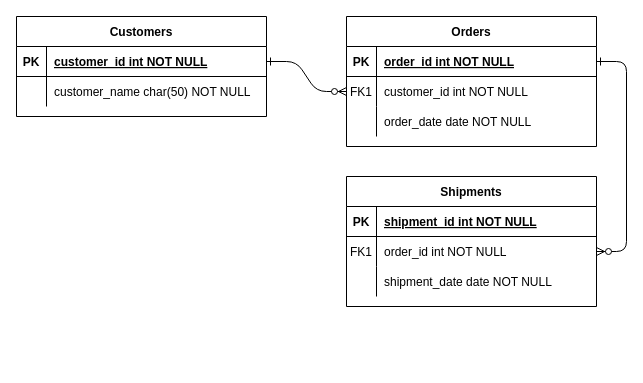
MuhammadOwais1020/ui-ux keeps this draw.io diagram as qonkar-technologies/Untitled Diagram.drawio. Above is the earlier version. Source tidied: cells renumbered, new cells numbered last; positions are measured from the earlier drawing's top-left corner, leaving out a move shared by most shapes. Both pictures are drawn from the tidied source at 100%, with x=0, y=0 at pixel (16, 16).
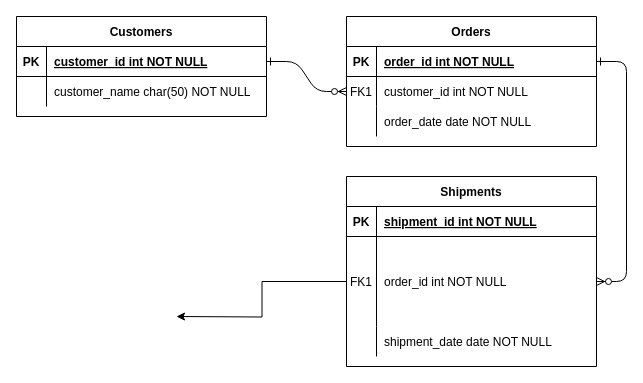
After the change.

Diff of the diagram source:
```diff
@@
     <mxCell id="14" value="Shipments" style="shape=table;startSize=30;childLayout=tableLayout;rowLines=0;fontStyle=1;align=center;" parent="1" vertex="1">
-      <mxGeometry x="330" y="160" width="250" height="130" as="geometry" />
+      <mxGeometry x="330" y="160" width="250" height="190" as="geometry" />
     </mxCell>
@@
     <mxCell id="18" style="shape=partialRectangle;fillColor=none;points=[[0,0.5],[1,0.5]];portConstraint=eastwest;top=0;left=0;right=0;bottom=0;" parent="14" vertex="1">
-      <mxGeometry y="60" width="250" height="30" as="geometry" />
+      <mxGeometry y="60" width="250" height="90" as="geometry" />
     </mxCell>
     <mxCell id="19" value="FK1" style="shape=partialRectangle;overflow=hidden;fillColor=none;top=0;left=0;bottom=0;right=0;" parent="18" vertex="1">
-      <mxGeometry width="30" height="30" as="geometry" />
+      <mxGeometry width="30" height="90" as="geometry" />
     </mxCell>
     <mxCell id="20" value="order_id int NOT NULL" style="shape=partialRectangle;overflow=hidden;fillColor=none;top=0;left=0;bottom=0;right=0;align=left;spacingLeft=6;" parent="18" vertex="1">
-      <mxGeometry x="30" width="220" height="30" as="geometry" />
+      <mxGeometry x="30" width="220" height="90" as="geometry" />
     </mxCell>
     <mxCell id="21" style="shape=partialRectangle;fillColor=none;top=0;left=0;right=0;bottom=0;" parent="14" vertex="1">
-      <mxGeometry y="90" width="250" height="30" as="geometry" />
+      <mxGeometry y="150" width="250" height="30" as="geometry" />
     </mxCell>
@@
+    <mxCell id="31" style="edgeStyle=orthogonalEdgeStyle;rounded=0;jettySize=auto;html=1;exitX=0;exitY=0.5;exitDx=0;exitDy=0;" parent="1" edge="1" source="18">
+      <mxGeometry relative="1" as="geometry">
+        <mxPoint x="160" y="300" as="targetPoint" />
+      </mxGeometry>
+    </mxCell>
```
